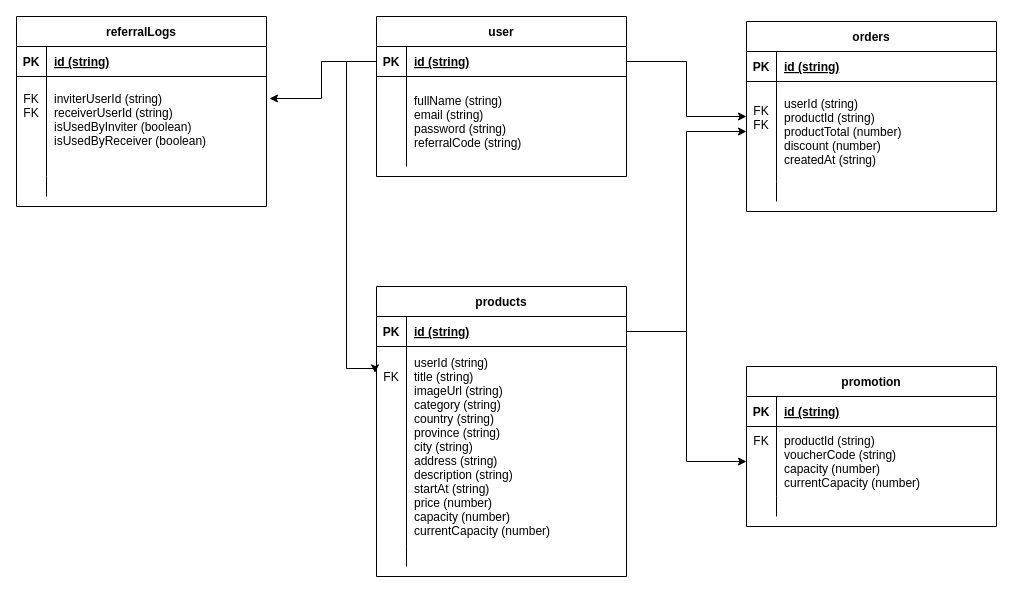
This is src/utils/erd.drawio from panjiarlins/events-tickets-marketplace, a draw.io file, before an edit. Source tidied: cells renumbered, new cells numbered last; positions are measured from the earlier drawing's top-left corner, leaving out a move shared by most shapes. Both pictures are drawn from the tidied source at 100%, with x=0, y=0 at pixel (16, 16).
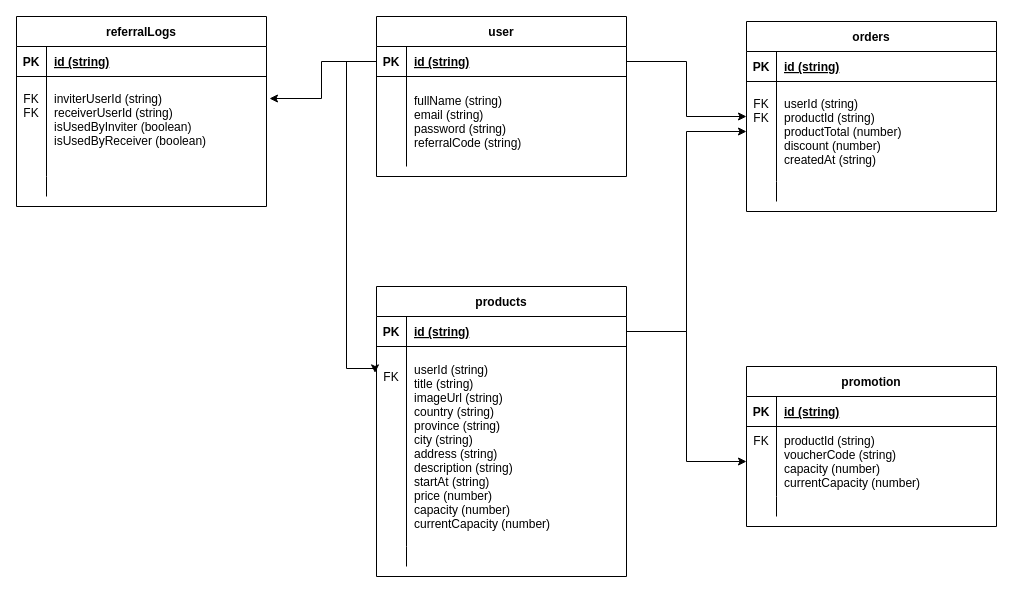
The same diagram, later.

Unchanged cells that the change refers to:
```xml
<mxCell id="6" style="shape=partialRectangle;fillColor=none;points=[[0,0.5],[1,0.5]];portConstraint=eastwest;top=0;left=0;right=0;bottom=0;" parent="2" vertex="1">
  <mxGeometry y="60" width="250" height="100" as="geometry" />
</mxCell>
<mxCell id="16" style="shape=partialRectangle;fillColor=none;points=[[0,0.5],[1,0.5]];portConstraint=eastwest;top=0;left=0;right=0;bottom=0;" parent="12" vertex="1">
  <mxGeometry y="60" width="250" height="200" as="geometry" />
</mxCell>
```

What changed in the source:
```diff
@@
-    <mxCell id="7" value="FK&#10;FK&#10;&#10;" style="shape=partialRectangle;overflow=hidden;fillColor=none;top=0;left=0;bottom=0;right=0;" parent="6" vertex="1">
+    <mxCell id="7" value="FK&#10;FK&#10;&#10;&#10;" style="shape=partialRectangle;overflow=hidden;fillColor=none;top=0;left=0;bottom=0;right=0;" parent="6" vertex="1">
       <mxGeometry width="30" height="100" as="geometry" />
     </mxCell>
@@
-    <mxCell id="18" value="userId (string)&#10;title (string)&#10;imageUrl (string)&#10;category (string)&#10;country (string)&#10;province (string)&#10;city (string)&#10;address (string)&#10;description (string)&#10;startAt (string)&#10;price (number)&#10;capacity (number)&#10;currentCapacity (number)" style="shape=partialRectangle;overflow=hidden;fillColor=none;top=0;left=0;bottom=0;right=0;align=left;spacingLeft=6;" parent="16" vertex="1">
+    <mxCell id="18" value="userId (string)&#10;title (string)&#10;imageUrl (string)&#10;country (string)&#10;province (string)&#10;city (string)&#10;address (string)&#10;description (string)&#10;startAt (string)&#10;price (number)&#10;capacity (number)&#10;currentCapacity (number)" style="shape=partialRectangle;overflow=hidden;fillColor=none;top=0;left=0;bottom=0;right=0;align=left;spacingLeft=6;" parent="16" vertex="1">
       <mxGeometry x="30" width="220" height="200" as="geometry" />
     </mxCell>
```
